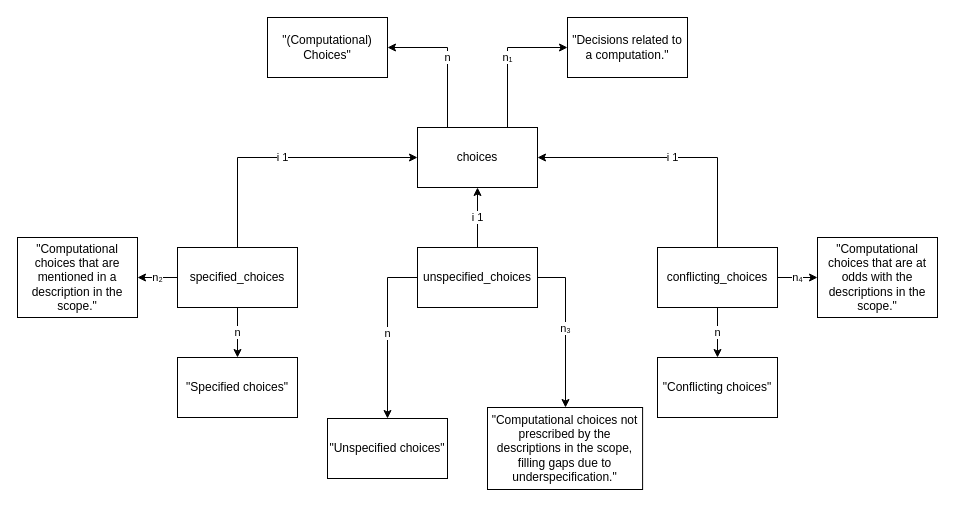
Before: page "03-choices" (4 of 11) of model-analysis-errors.drawio in nicebread/scientific_errors, a draw.io diagram. Source tidied: cells renumbered, new cells numbered last; positions are measured from the earlier drawing's top-left corner, leaving out a move shared by most shapes. Both pictures are drawn from the tidied source at 100%, with x=0, y=0 at pixel (17, 17).
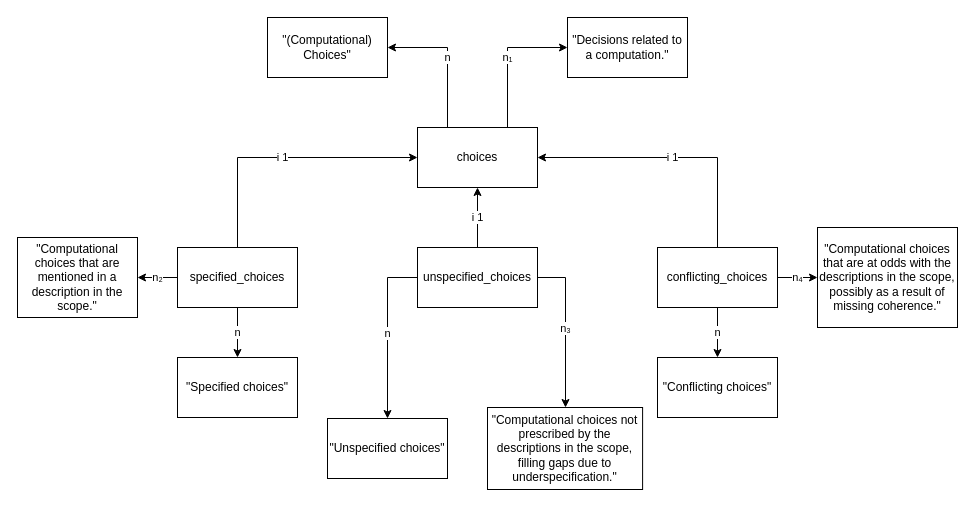
After the change.

Commit message (it also covers changes not shown here):
Update conflicting choices, computation, data, data scope, and reproduction

Change to the diagram source:
```diff
@@
-    <mxCell id="24" value="&quot;Computational choices that are at odds with the descriptions in the scope.&quot;" style="rounded=0;whiteSpace=wrap;html=1;" parent="1" vertex="1">
-      <mxGeometry x="800" y="220" width="120" height="80" as="geometry" />
+    <mxCell id="24" value="&quot;Computational choices that are at odds with the descriptions in the scope, possibly as a result of missing coherence.&quot;" style="rounded=0;whiteSpace=wrap;html=1;" parent="1" vertex="1">
+      <mxGeometry x="800" y="210" width="140" height="100" as="geometry" />
     </mxCell>
```
